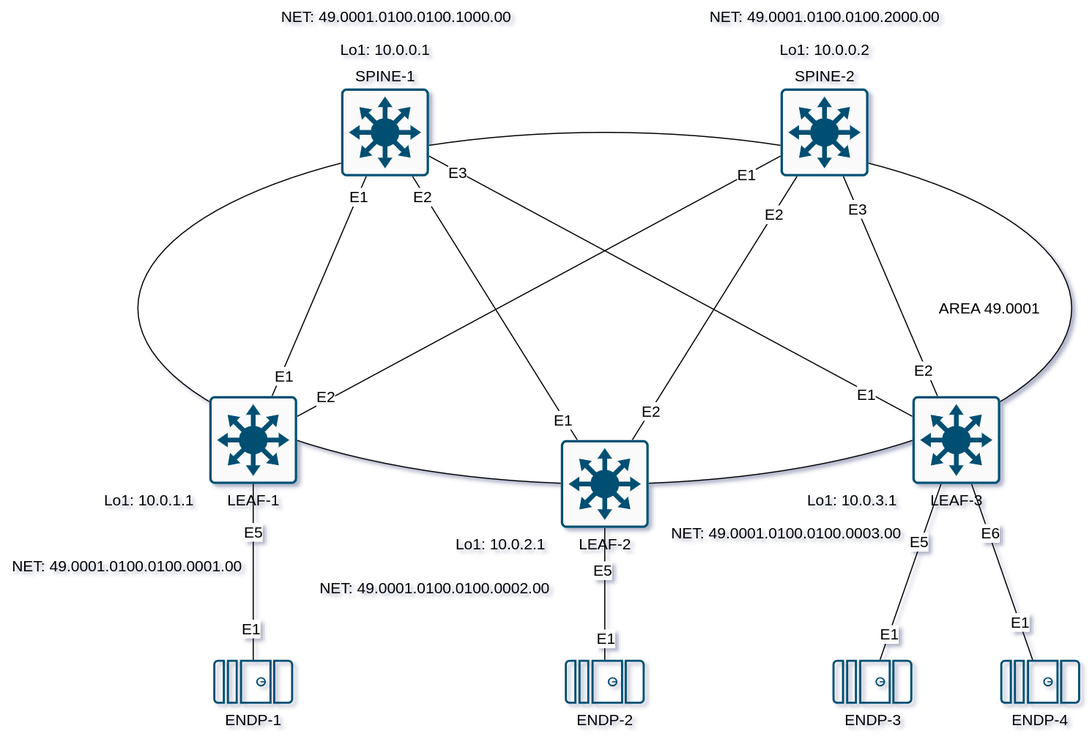
The draw.io diagram LESSONS/05/images/1-05.drawio.png in archie-io/dc-design-course, before a commit. Source tidied: cells renumbered, new cells last; positions are measured from the earlier drawing's top-left corner, leaving out a move shared by most shapes.
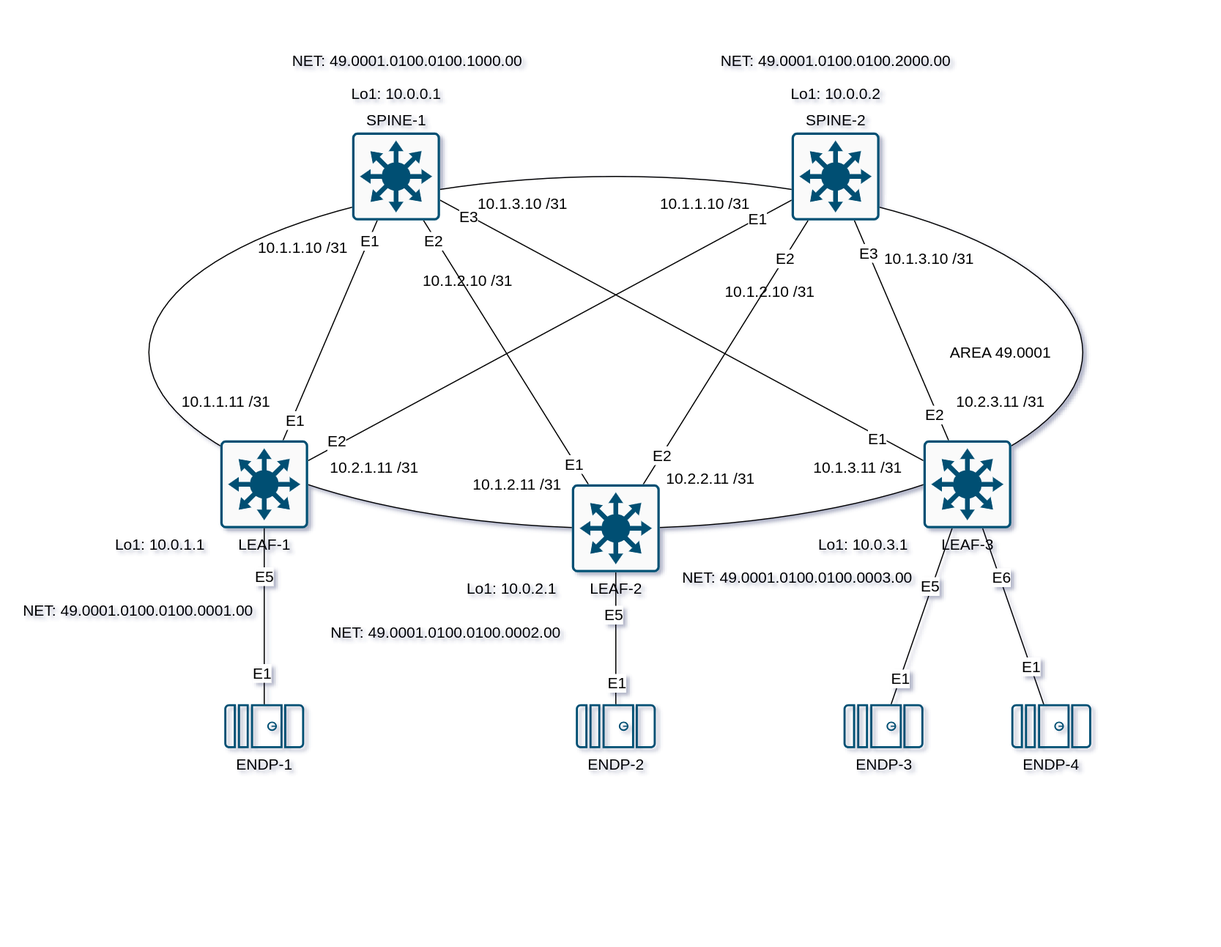
After the commit.

Change to the diagram source:
```diff
@@ -159,5 +159,41 @@
     <mxCell id="52" value="NET:&amp;nbsp;49.0001.0100.0100.2000.00" style="text;html=1;align=center;verticalAlign=middle;strokeColor=none;fillColor=none;fontSize=14;" parent="1" vertex="1">
       <mxGeometry x="635" width="230" height="30" as="geometry" />
     </mxCell>
+    <mxCell id="53" value="10.1.1.11 /31" style="text;html=1;align=center;verticalAlign=middle;strokeColor=none;fillColor=none;fontSize=14;" parent="1" vertex="1">
+      <mxGeometry x="145" y="310" width="100" height="30" as="geometry" />
+    </mxCell>
+    <mxCell id="54" value="10.2.1.11 /31" style="text;html=1;align=center;verticalAlign=middle;strokeColor=none;fillColor=none;fontSize=14;" parent="1" vertex="1">
+      <mxGeometry x="280" y="370" width="100" height="30" as="geometry" />
+    </mxCell>
+    <mxCell id="55" value="10.1.2.11 /31" style="text;html=1;align=center;verticalAlign=middle;strokeColor=none;fillColor=none;fontSize=14;" parent="1" vertex="1">
+      <mxGeometry x="410" y="385" width="100" height="30" as="geometry" />
+    </mxCell>
+    <mxCell id="56" value="10.2.2.11 /31" style="text;html=1;align=center;verticalAlign=middle;strokeColor=none;fillColor=none;fontSize=14;" parent="1" vertex="1">
+      <mxGeometry x="586.4" y="380" width="100" height="30" as="geometry" />
+    </mxCell>
+    <mxCell id="57" value="10.1.3.11 /31" style="text;html=1;align=center;verticalAlign=middle;strokeColor=none;fillColor=none;fontSize=14;" parent="1" vertex="1">
+      <mxGeometry x="720" y="370" width="100" height="30" as="geometry" />
+    </mxCell>
+    <mxCell id="58" value="10.2.3.11 /31" style="text;html=1;align=center;verticalAlign=middle;strokeColor=none;fillColor=none;fontSize=14;" parent="1" vertex="1">
+      <mxGeometry x="850" y="310" width="100" height="30" as="geometry" />
+    </mxCell>
+    <mxCell id="59" value="10.1.1.10 /31" style="text;html=1;align=center;verticalAlign=middle;strokeColor=none;fillColor=none;fontSize=14;" parent="1" vertex="1">
+      <mxGeometry x="210" y="170" width="110" height="30" as="geometry" />
+    </mxCell>
+    <mxCell id="60" value="10.1.2.10 /31" style="text;html=1;align=center;verticalAlign=middle;strokeColor=none;fillColor=none;fontSize=14;" parent="1" vertex="1">
+      <mxGeometry x="360" y="200" width="110" height="30" as="geometry" />
+    </mxCell>
+    <mxCell id="61" value="10.1.3.10 /31" style="text;html=1;align=center;verticalAlign=middle;strokeColor=none;fillColor=none;fontSize=14;" parent="1" vertex="1">
+      <mxGeometry x="410" y="130" width="110" height="30" as="geometry" />
+    </mxCell>
+    <mxCell id="62" value="10.1.1.10 /31" style="text;html=1;align=center;verticalAlign=middle;strokeColor=none;fillColor=none;fontSize=14;" parent="1" vertex="1">
+      <mxGeometry x="576.4" y="130" width="110" height="30" as="geometry" />
+    </mxCell>
+    <mxCell id="63" value="10.1.2.10 /31" style="text;html=1;align=center;verticalAlign=middle;strokeColor=none;fillColor=none;fontSize=14;" parent="1" vertex="1">
+      <mxGeometry x="635" y="210" width="110" height="30" as="geometry" />
+    </mxCell>
+    <mxCell id="64" value="10.1.3.10 /31" style="text;html=1;align=center;verticalAlign=middle;strokeColor=none;fillColor=none;fontSize=14;" parent="1" vertex="1">
+      <mxGeometry x="780" y="180" width="110" height="30" as="geometry" />
+    </mxCell>
   </root>
 </mxGraphModel>
```
